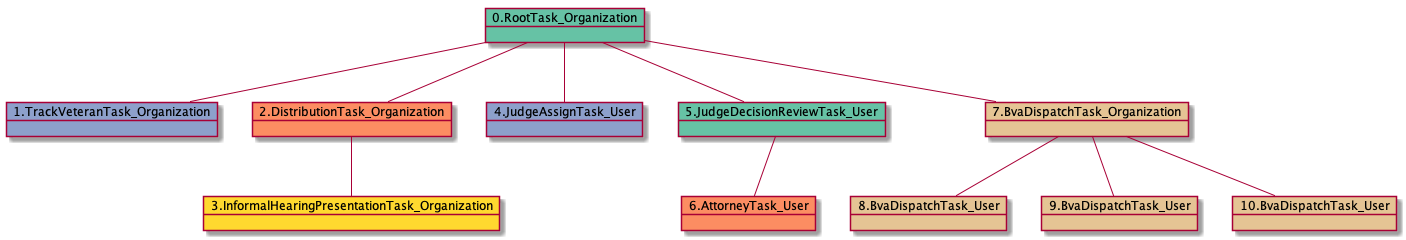
Above: docs-DR/uml/RTO.TVTO.DTO.IHPTO-34538.png in yoomlam/graphing (PlantUML), before the change.
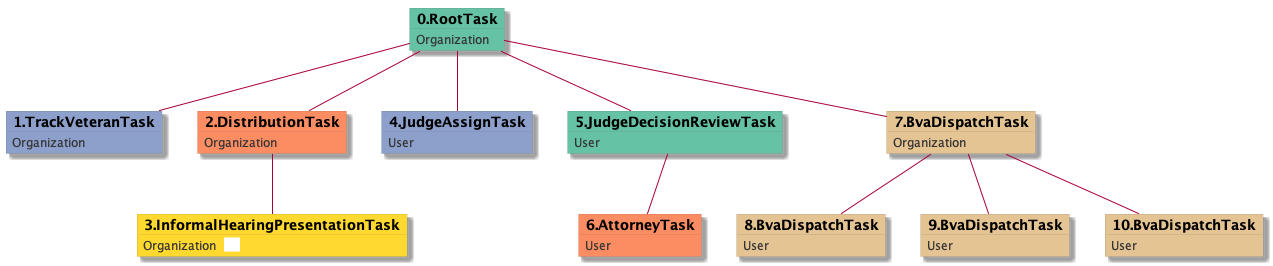
The same diagram one commit later.

Diff of the diagram source:
```diff
@@ -1,23 +1,53 @@
 @startuml
-object 0.RootTask_Organization #66c2a5
-object 1.TrackVeteranTask_Organization #8da0cb
-object 2.DistributionTask_Organization #fc8d62
-object 3.InformalHearingPresentationTask_Organization #ffd92f
-object 4.JudgeAssignTask_User #8da0cb
-object 5.JudgeDecisionReviewTask_User #66c2a5
-object 6.AttorneyTask_User #fc8d62
-object 7.BvaDispatchTask_Organization #e5c494
-object 8.BvaDispatchTask_User #e5c494
-object 9.BvaDispatchTask_User #e5c494
-object 10.BvaDispatchTask_User #e5c494
-0.RootTask_Organization -- 1.TrackVeteranTask_Organization
-0.RootTask_Organization -- 2.DistributionTask_Organization
-2.DistributionTask_Organization -- 3.InformalHearingPresentationTask_Organization
-0.RootTask_Organization -- 4.JudgeAssignTask_User
-0.RootTask_Organization -- 5.JudgeDecisionReviewTask_User
-5.JudgeDecisionReviewTask_User -- 6.AttorneyTask_User
-0.RootTask_Organization -- 7.BvaDispatchTask_Organization
-7.BvaDispatchTask_Organization -- 8.BvaDispatchTask_User
-7.BvaDispatchTask_Organization -- 9.BvaDispatchTask_User
-7.BvaDispatchTask_Organization -- 10.BvaDispatchTask_User
+skinparam {
+  ObjectBorderColor #555
+  ObjectBorderThickness 0
+  ObjectFontStyle bold
+  ObjectFontSize 14
+  ObjectAttributeFontColor #333
+  ObjectAttributeFontSize 12
+}
+  object 0.RootTask #66c2a5 {
+Organization
+}
+  object 1.TrackVeteranTask #8da0cb {
+Organization
+}
+  object 2.DistributionTask #fc8d62 {
+Organization
+}
+  object 3.InformalHearingPresentationTask #ffd92f {
+Organization  <back:white>    </back>
+}
+  object 4.JudgeAssignTask #8da0cb {
+User
+}
+  object 5.JudgeDecisionReviewTask #66c2a5 {
+User
+}
+  object 6.AttorneyTask #fc8d62 {
+User
+}
+  object 7.BvaDispatchTask #e5c494 {
+Organization
+}
+  object 8.BvaDispatchTask #e5c494 {
+User
+}
+  object 9.BvaDispatchTask #e5c494 {
+User
+}
+  object 10.BvaDispatchTask #e5c494 {
+User
+}
+0.RootTask -- 1.TrackVeteranTask
+0.RootTask -- 2.DistributionTask
+2.DistributionTask -- 3.InformalHearingPresentationTask
+0.RootTask -- 4.JudgeAssignTask
+0.RootTask -- 5.JudgeDecisionReviewTask
+5.JudgeDecisionReviewTask -- 6.AttorneyTask
+0.RootTask -- 7.BvaDispatchTask
+7.BvaDispatchTask -- 8.BvaDispatchTask
+7.BvaDispatchTask -- 9.BvaDispatchTask
+7.BvaDispatchTask -- 10.BvaDispatchTask
 @enduml
```
